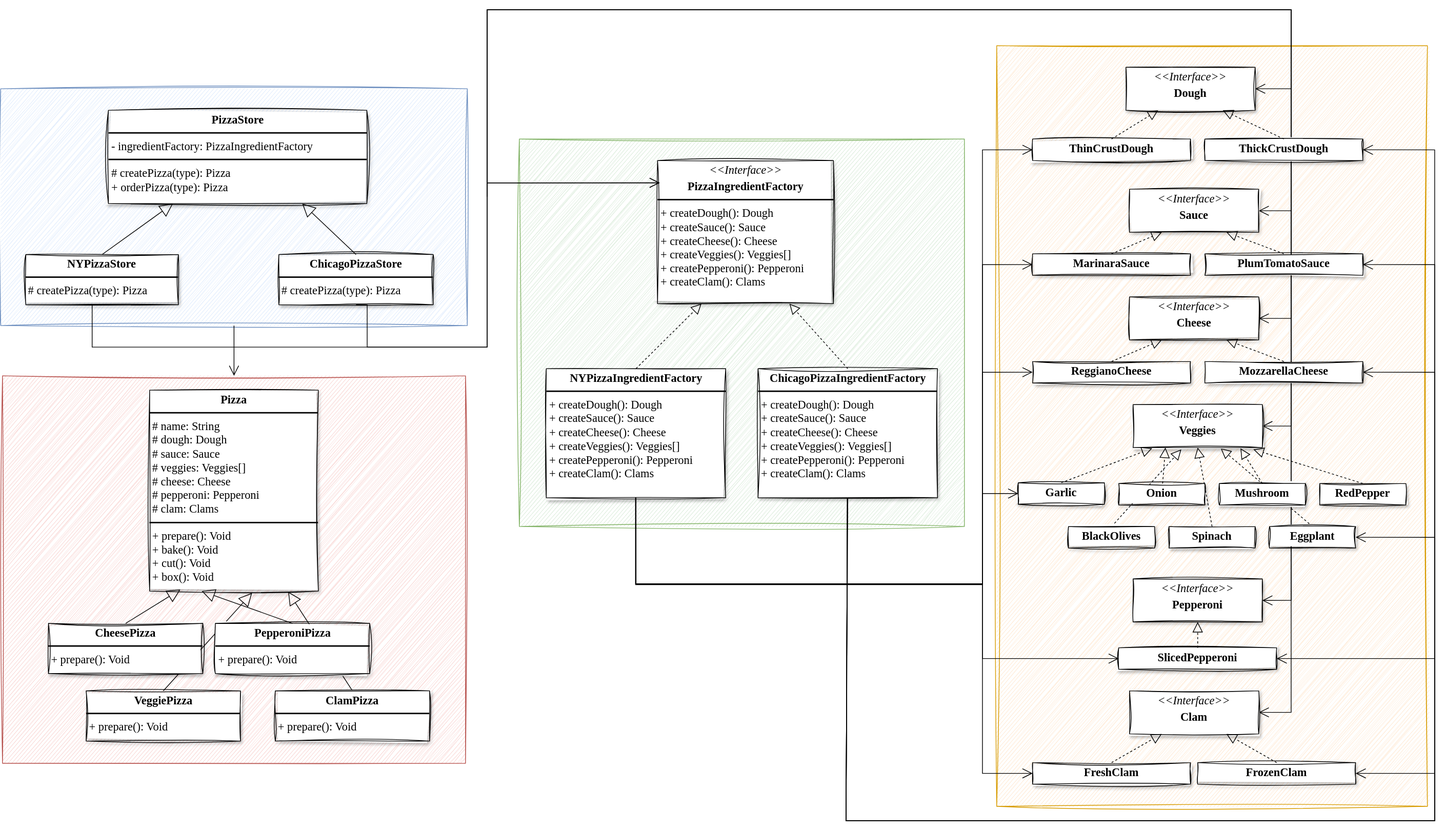
The draw.io diagram img/factory_pattern.svg in sxy2002/DesignPatterns, before a commit. Source tidied: cells renumbered, new cells last; positions are measured from the earlier drawing's top-left corner, leaving out a move shared by most shapes.
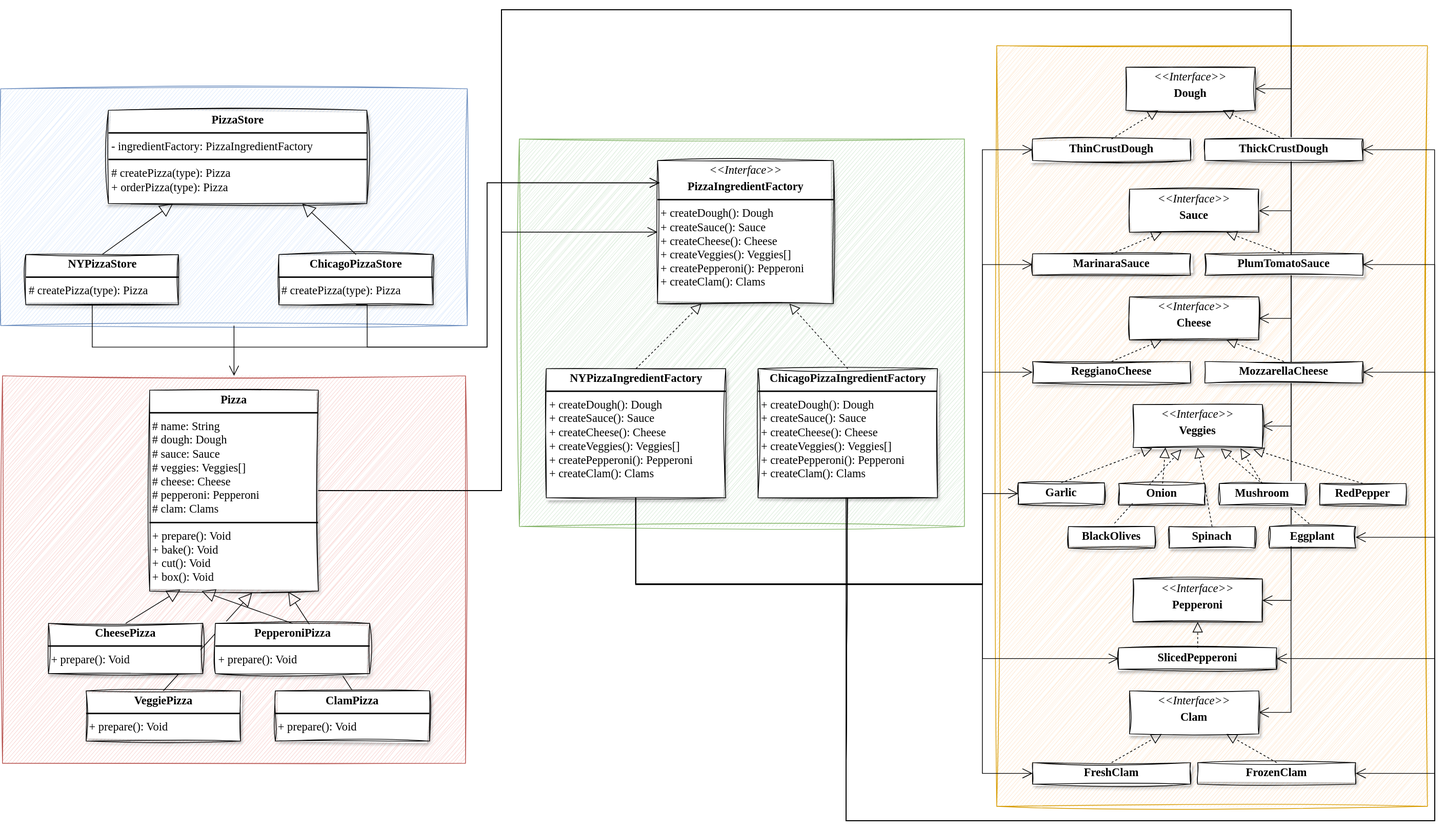
The same diagram one commit later.

Change to the diagram source:
```diff
@@ -5,21 +5,21 @@
     <mxCell id="2" style="rounded=0;whiteSpace=wrap;html=1;fillColor=#ffe6cc;strokeColor=#d79b00;sketch=1;curveFitting=1;jiggle=2;" parent="1" vertex="1">
       <mxGeometry x="1388" y="50" width="600" height="1060" as="geometry" />
     </mxCell>
-    <mxCell id="3" style="endArrow=open;endFill=1;endSize=12;html=1;rounded=0;entryX=1;entryY=0.5;entryDx=0;entryDy=0;edgeStyle=orthogonalEdgeStyle;" parent="1" edge="1" target="37">
+    <mxCell id="3" style="endArrow=open;endFill=1;endSize=12;html=1;rounded=0;entryX=1;entryY=0.5;entryDx=0;entryDy=0;edgeStyle=orthogonalEdgeStyle;exitX=1;exitY=0.5;exitDx=0;exitDy=0;" parent="1" edge="1" source="21" target="37">
       <mxGeometry relative="1" as="geometry">
-        <mxPoint x="678" y="260" as="sourcePoint" />
         <Array as="points">
-          <mxPoint x="678" />
+          <mxPoint x="698" y="670" />
+          <mxPoint x="698" />
           <mxPoint x="1798" />
           <mxPoint x="1798" y="979" />
         </Array>
       </mxGeometry>
     </mxCell>
-    <mxCell id="4" style="endArrow=open;endFill=1;endSize=12;html=1;rounded=0;entryX=1;entryY=0.5;entryDx=0;entryDy=0;edgeStyle=orthogonalEdgeStyle;" parent="1" edge="1" target="36">
+    <mxCell id="4" style="endArrow=open;endFill=1;endSize=12;html=1;rounded=0;entryX=1;entryY=0.5;entryDx=0;entryDy=0;edgeStyle=orthogonalEdgeStyle;exitX=1;exitY=0.5;exitDx=0;exitDy=0;" parent="1" edge="1" source="21" target="36">
       <mxGeometry relative="1" as="geometry">
-        <mxPoint x="678" y="260" as="sourcePoint" />
         <Array as="points">
-          <mxPoint x="678" />
+          <mxPoint x="698" y="670" />
+          <mxPoint x="698" />
           <mxPoint x="1798" />
           <mxPoint x="1798" y="823" />
         </Array>
@@ -27,29 +27,30 @@
     </mxCell>
     <mxCell id="5" style="endArrow=open;endFill=1;endSize=12;html=1;rounded=0;entryX=1;entryY=0.5;entryDx=0;entryDy=0;edgeStyle=orthogonalEdgeStyle;" parent="1" edge="1" target="35">
       <mxGeometry relative="1" as="geometry">
-        <mxPoint x="678" y="260" as="sourcePoint" />
+        <mxPoint x="448" y="670" as="sourcePoint" />
         <Array as="points">
-          <mxPoint x="678" />
+          <mxPoint x="698" y="670" />
+          <mxPoint x="698" />
           <mxPoint x="1798" />
           <mxPoint x="1798" y="580" />
         </Array>
       </mxGeometry>
     </mxCell>
-    <mxCell id="6" style="endArrow=open;endFill=1;endSize=12;html=1;rounded=0;entryX=1;entryY=0.5;entryDx=0;entryDy=0;edgeStyle=orthogonalEdgeStyle;" parent="1" edge="1" target="34">
+    <mxCell id="6" style="endArrow=open;endFill=1;endSize=12;html=1;rounded=0;entryX=1;entryY=0.5;entryDx=0;entryDy=0;edgeStyle=orthogonalEdgeStyle;exitX=1;exitY=0.5;exitDx=0;exitDy=0;" parent="1" edge="1" source="21" target="34">
       <mxGeometry relative="1" as="geometry">
-        <mxPoint x="678" y="260" as="sourcePoint" />
         <Array as="points">
-          <mxPoint x="678" />
+          <mxPoint x="698" y="670" />
+          <mxPoint x="698" />
           <mxPoint x="1798" />
           <mxPoint x="1798" y="430" />
         </Array>
       </mxGeometry>
     </mxCell>
-    <mxCell id="7" style="endArrow=open;endFill=1;endSize=12;html=1;rounded=0;entryX=1;entryY=0.5;entryDx=0;entryDy=0;edgeStyle=orthogonalEdgeStyle;" parent="1" edge="1" target="33">
+    <mxCell id="7" style="endArrow=open;endFill=1;endSize=12;html=1;rounded=0;entryX=1;entryY=0.5;entryDx=0;entryDy=0;edgeStyle=orthogonalEdgeStyle;exitX=1;exitY=0.5;exitDx=0;exitDy=0;" parent="1" edge="1" source="21" target="33">
       <mxGeometry relative="1" as="geometry">
-        <mxPoint x="678" y="260" as="sourcePoint" />
         <Array as="points">
-          <mxPoint x="678" />
+          <mxPoint x="698" y="670" />
+          <mxPoint x="698" />
           <mxPoint x="1798" />
           <mxPoint x="1798" y="280" />
         </Array>
@@ -266,11 +267,11 @@
         </Array>
       </mxGeometry>
     </mxCell>
-    <mxCell id="72" style="endArrow=open;endFill=1;endSize=12;html=1;rounded=0;entryX=1;entryY=0.5;entryDx=0;entryDy=0;edgeStyle=orthogonalEdgeStyle;" parent="1" edge="1" target="31">
+    <mxCell id="72" style="endArrow=open;endFill=1;endSize=12;html=1;rounded=0;entryX=1;entryY=0.5;entryDx=0;entryDy=0;edgeStyle=orthogonalEdgeStyle;exitX=1;exitY=0.5;exitDx=0;exitDy=0;" parent="1" edge="1" source="21" target="31">
       <mxGeometry relative="1" as="geometry">
-        <mxPoint x="678" y="260" as="sourcePoint" />
         <Array as="points">
-          <mxPoint x="678" />
+          <mxPoint x="698" y="670" />
+          <mxPoint x="698" />
           <mxPoint x="1798" />
           <mxPoint x="1798" y="110" />
         </Array>
@@ -391,5 +392,13 @@
         </Array>
       </mxGeometry>
     </mxCell>
+    <mxCell id="84" style="endArrow=open;endFill=1;endSize=12;html=1;rounded=0;entryX=0;entryY=0.5;entryDx=0;entryDy=0;exitX=1;exitY=0.5;exitDx=0;exitDy=0;edgeStyle=orthogonalEdgeStyle;" parent="1" edge="1" source="21" target="26">
+      <mxGeometry relative="1" as="geometry">
+        <Array as="points">
+          <mxPoint x="698" y="670" />
+          <mxPoint x="698" y="310" />
+        </Array>
+      </mxGeometry>
+    </mxCell>
   </root>
 </mxGraphModel>
```
